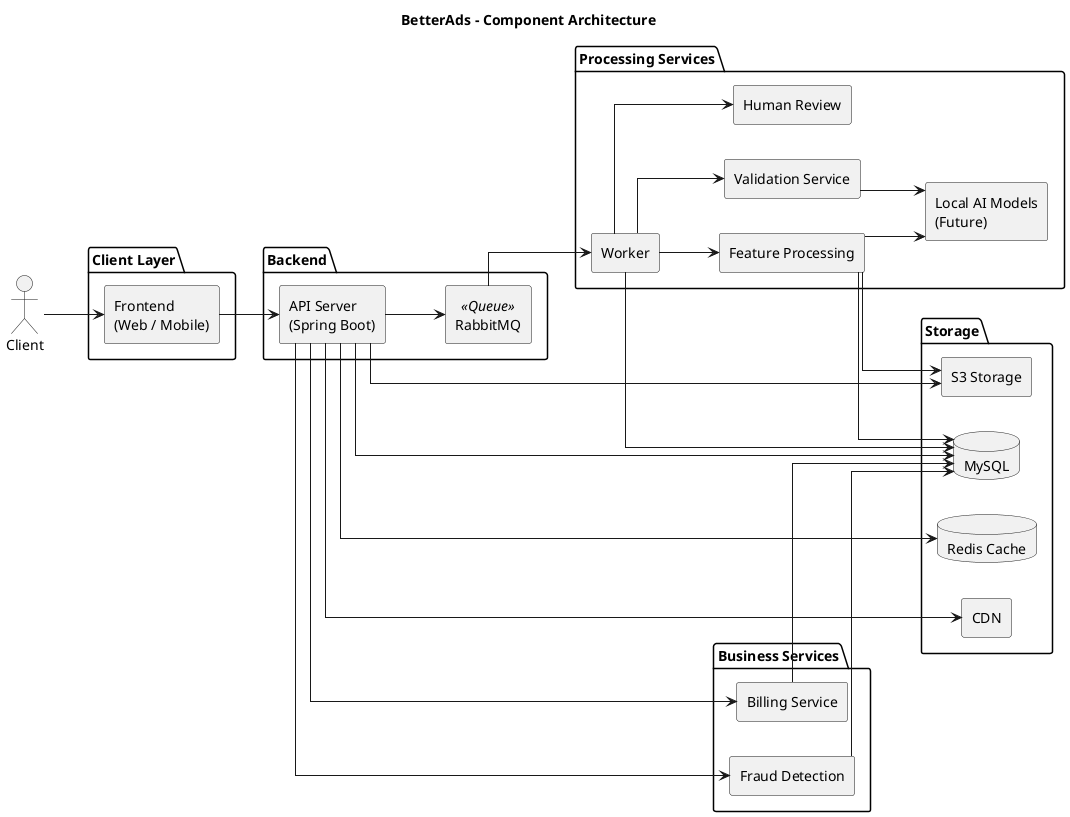
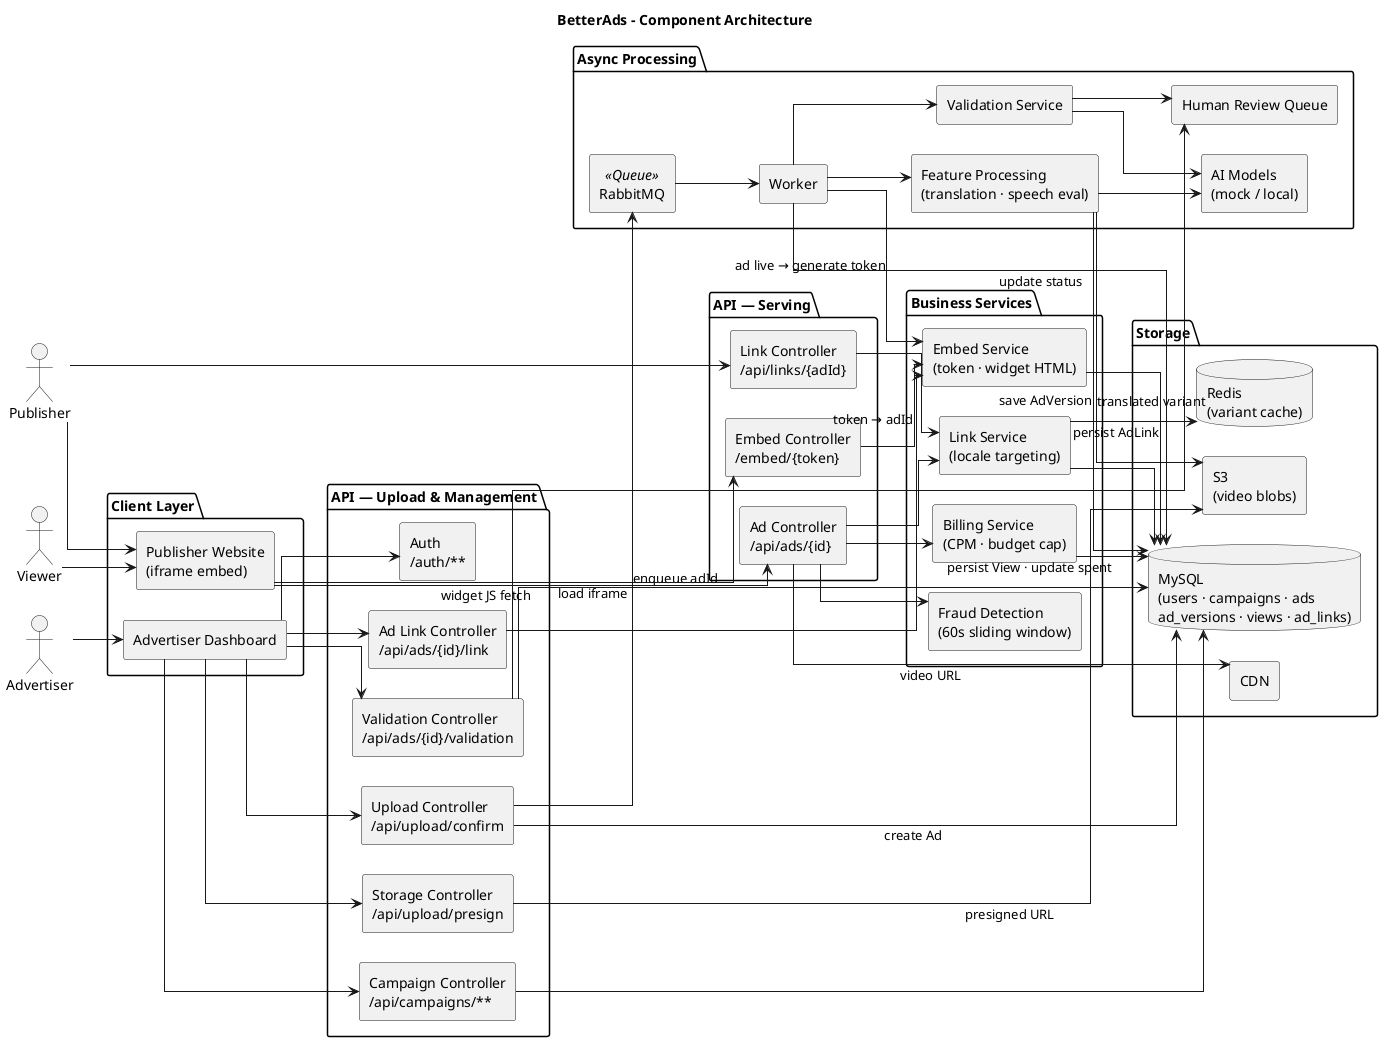
@startuml
left to right direction
skinparam componentStyle rectangle
skinparam linetype ortho
skinparam shadowing false
+ skinparam nodesep 30
+ skinparam ranksep 50

title BetterAds - Component Architecture

- actor Client
+ '==========================
+ ' Actors
+ '==========================
+ 
+ actor Advertiser
+ actor Publisher
+ actor Viewer
+ 
+ '==========================
+ ' Client Layer
+ '==========================

package "Client Layer" {
-     component "Frontend\n(Web / Mobile)" as FE
+     component "Advertiser Dashboard" as ADV_UI
+     component "Publisher Website\n(iframe embed)" as PUB_UI
}

- package "Backend" {
-     component "API Server\n(Spring Boot)" as API
-     component "RabbitMQ" <<Queue>> as MQ
+ '==========================
+ ' API Layer
+ '==========================
+ 
+ package "API — Upload & Management" {
+     component "Auth\n/auth/**" as AUTH
+     component "Storage Controller\n/api/upload/presign" as STORE_CTRL
+     component "Upload Controller\n/api/upload/confirm" as UPLOAD_CTRL
+     component "Campaign Controller\n/api/campaigns/**" as CAMP_CTRL
+     component "Validation Controller\n/api/ads/{id}/validation" as VAL_CTRL
+     component "Ad Link Controller\n/api/ads/{id}/link" as ADLINK_CTRL
}

- package "Processing Services" {
+ package "API — Serving" {
+     component "Embed Controller\n/embed/{token}" as EMBED_CTRL
+     component "Ad Controller\n/api/ads/{id}" as AD_CTRL
+     component "Link Controller\n/api/links/{adId}" as LINK_CTRL
+ }
+ 
+ '==========================
+ ' Business Services
+ '==========================
+ 
+ package "Business Services" {
+     component "Embed Service\n(token · widget HTML)" as EMBED_SVC
+     component "Link Service\n(locale targeting)" as LINK_SVC
+     component "Fraud Detection\n(60s sliding window)" as FRAUD
+     component "Billing Service\n(CPM · budget cap)" as BILL
+ }
+ 
+ '==========================
+ ' Async Processing
+ '==========================
+ 
+ package "Async Processing" {
+     component "RabbitMQ" <<Queue>> as MQ
    component "Worker" as WORKER
    component "Validation Service" as VALID
-     component "Feature Processing" as FEAT
-     component "Human Review" as HR
-     component "Local AI Models\n(Future)" as MODELS
+     component "Feature Processing\n(translation · speech eval)" as FEAT
+     component "Human Review Queue" as HR
+     component "AI Models\n(mock / local)" as AI
}

+ '==========================
+ ' Storage
+ '==========================
+ 
package "Storage" {
-     database "MySQL" as DB
-     database "Redis Cache" as REDIS
-     component "S3 Storage" as S3
+     database "MySQL\n(users · campaigns · ads\nad_versions · views · ad_links)" as DB
+     database "Redis\n(variant cache)" as REDIS
+     component "S3\n(video blobs)" as S3
    component "CDN" as CDN
}

- package "Business Services" {
-     component "Fraud Detection" as FRAUD
-     component "Billing Service" as BILL
- }
+ '==========================
+ ' Actors → Client
+ '==========================
+ 
+ Advertiser --> ADV_UI
+ Publisher  --> PUB_UI
+ Viewer     --> PUB_UI

'==========================
- ' Client
+ ' Upload flow
'==========================

- Client --> FE
- FE --> API
+ ADV_UI --> AUTH
+ ADV_UI --> STORE_CTRL
+ ADV_UI --> UPLOAD_CTRL
+ ADV_UI --> CAMP_CTRL
+ ADV_UI --> VAL_CTRL
+ ADV_UI --> ADLINK_CTRL
+ 
+ STORE_CTRL  --> S3           : presigned URL
+ UPLOAD_CTRL --> DB           : create Ad
+ UPLOAD_CTRL --> MQ           : enqueue adId

'==========================
- ' Backend
+ ' Async pipeline
'==========================

- API --> DB
- API --> REDIS
- API --> MQ
- API --> FRAUD
- API --> BILL
- API --> CDN
- API --> S3
+ MQ     --> WORKER
+ 
+ WORKER --> VALID
+ VALID  --> AI
+ VALID  --> HR
+ 
+ WORKER --> FEAT
+ FEAT   --> AI
+ FEAT   --> S3                : translated variant
+ FEAT   --> DB                : save AdVersion
+ 
+ WORKER --> EMBED_SVC         : ad live → generate token
+ WORKER --> DB                : update status

'==========================
- ' Processing
+ ' Embed / link retrieval
'==========================

- MQ --> WORKER
+ ADLINK_CTRL --> EMBED_SVC
+ EMBED_SVC   --> DB           : persist AdLink

- WORKER --> VALID
- WORKER --> FEAT
- WORKER --> HR
- 
- VALID --> MODELS
- FEAT --> MODELS
- 
- FEAT --> DB
- FEAT --> S3
- 
- WORKER --> DB
+ VAL_CTRL    --> DB
+ VAL_CTRL    --> HR
+ CAMP_CTRL   --> DB

'==========================
- ' Business
+ ' Widget serving (Viewer)
'==========================

- FRAUD --> DB
- BILL --> DB
+ PUB_UI    --> EMBED_CTRL     : load iframe
+ EMBED_CTRL --> EMBED_SVC     : token → adId

- @enduml+ PUB_UI    --> AD_CTRL        : widget JS fetch
+ AD_CTRL   --> FRAUD
+ AD_CTRL   --> LINK_SVC
+ LINK_SVC  --> REDIS
+ LINK_SVC  --> DB
+ AD_CTRL   --> BILL
+ BILL      --> DB             : persist View · update spent
+ AD_CTRL   --> CDN            : video URL
+ 
+ '==========================
+ ' Publisher link lookup
+ '==========================
+ 
+ Publisher  --> LINK_CTRL
+ LINK_CTRL  --> LINK_SVC
+ 
+ @enduml
